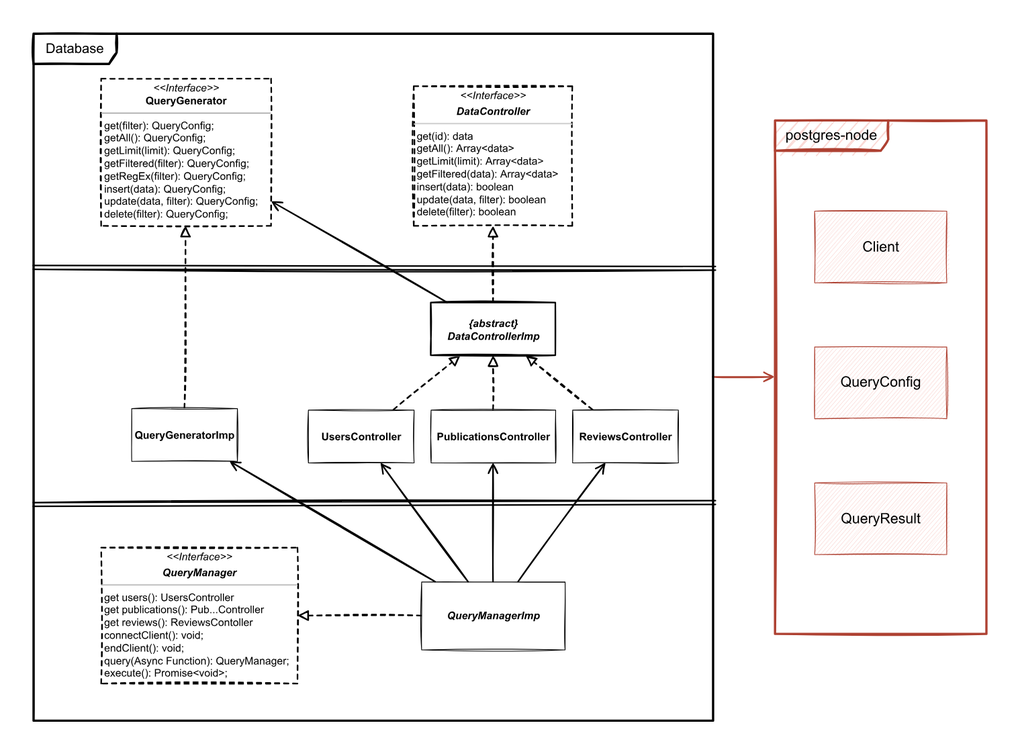
Earlier version of the draw.io export backend/docs/diagrams/database-diagram.svg (Mahmoud-Ehab/global-store). Source tidied: cells renumbered, new cells last; positions are measured from the earlier drawing's top-left corner, leaving out a move shared by most shapes.
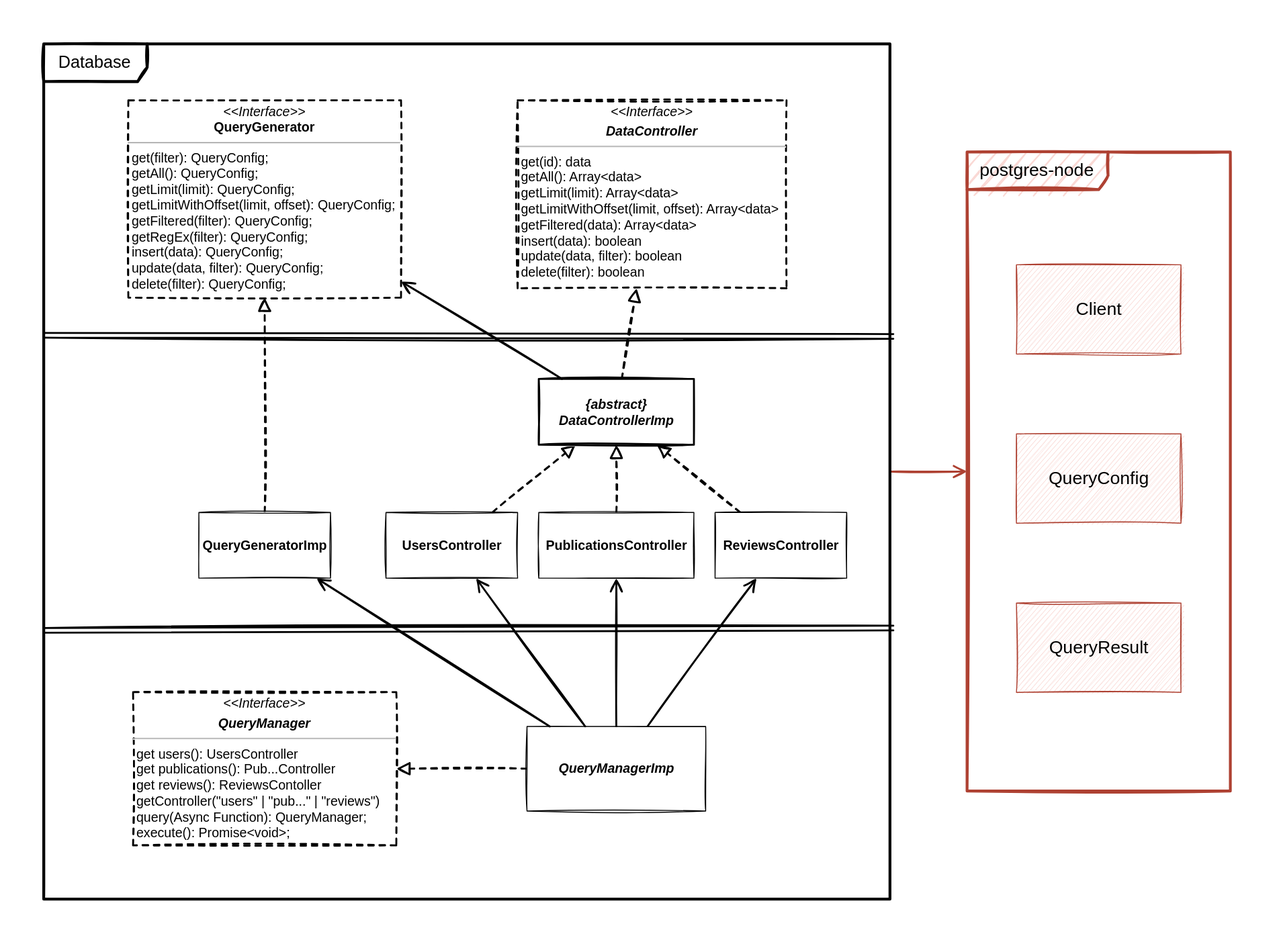
After the change.

Change to the diagram source:
```diff
@@ -8,8 +8,8 @@
     <mxCell id="3" value="Database" style="shape=umlFrame;whiteSpace=wrap;html=1;fontSize=18;strokeWidth=3;width=110;height=40;sketch=1;" parent="1" vertex="1">
       <mxGeometry width="900" height="910" as="geometry" />
     </mxCell>
-    <mxCell id="4" value="&lt;p style=&quot;margin: 4px 0px 0px; text-align: center; font-size: 14px;&quot;&gt;&lt;i style=&quot;background-color: initial; font-size: 14px;&quot;&gt;&amp;lt;&amp;lt;Interface&amp;gt;&amp;gt;&lt;/i&gt;&lt;br style=&quot;font-size: 14px;&quot;&gt;&lt;/p&gt;&lt;p style=&quot;margin: 4px 0px 0px; text-align: center; font-size: 14px;&quot;&gt;&lt;b style=&quot;font-size: 14px;&quot;&gt;&lt;i style=&quot;font-size: 14px;&quot;&gt;DataController&lt;/i&gt;&lt;/b&gt;&lt;/p&gt;&lt;hr style=&quot;font-size: 14px;&quot;&gt;&lt;p style=&quot;margin: 0px 0px 0px 4px; font-size: 14px;&quot;&gt;get(id): data&lt;/p&gt;&lt;p style=&quot;margin: 0px 0px 0px 4px; font-size: 14px;&quot;&gt;getAll(): Array&amp;lt;data&amp;gt;&lt;/p&gt;&lt;p style=&quot;margin: 0px 0px 0px 4px; font-size: 14px;&quot;&gt;getLimit(limit): Array&amp;lt;data&amp;gt;&lt;/p&gt;&lt;p style=&quot;margin: 0px 0px 0px 4px; font-size: 14px;&quot;&gt;getFiltered(data): Array&amp;lt;data&amp;gt;&lt;br style=&quot;font-size: 14px;&quot;&gt;insert(data): boolean&lt;/p&gt;&lt;p style=&quot;margin: 0px 0px 0px 4px; font-size: 14px;&quot;&gt;update(data, filter): boolean&lt;/p&gt;&lt;p style=&quot;margin: 0px 0px 0px 4px; font-size: 14px;&quot;&gt;delete(filter): boolean&lt;br style=&quot;font-size: 14px;&quot;&gt;&lt;/p&gt;" style="verticalAlign=top;align=left;overflow=fill;fontSize=14;fontFamily=Helvetica;html=1;strokeWidth=2;dashed=1;sketch=1;" parent="1" vertex="1">
-      <mxGeometry x="504" y="70" width="210" height="185" as="geometry" />
+    <mxCell id="4" value="&lt;p style=&quot;margin: 4px 0px 0px; text-align: center; font-size: 14px;&quot;&gt;&lt;i style=&quot;background-color: initial; font-size: 14px;&quot;&gt;&amp;lt;&amp;lt;Interface&amp;gt;&amp;gt;&lt;/i&gt;&lt;br style=&quot;font-size: 14px;&quot;&gt;&lt;/p&gt;&lt;p style=&quot;margin: 4px 0px 0px; text-align: center; font-size: 14px;&quot;&gt;&lt;b style=&quot;font-size: 14px;&quot;&gt;&lt;i style=&quot;font-size: 14px;&quot;&gt;DataController&lt;/i&gt;&lt;/b&gt;&lt;/p&gt;&lt;hr style=&quot;font-size: 14px;&quot;&gt;&lt;p style=&quot;margin: 0px 0px 0px 4px; font-size: 14px;&quot;&gt;get(id): data&lt;/p&gt;&lt;p style=&quot;margin: 0px 0px 0px 4px; font-size: 14px;&quot;&gt;getAll(): Array&amp;lt;data&amp;gt;&lt;/p&gt;&lt;p style=&quot;margin: 0px 0px 0px 4px; font-size: 14px;&quot;&gt;getLimit(limit): Array&amp;lt;data&amp;gt;&lt;/p&gt;&lt;p style=&quot;margin: 0px 0px 0px 4px; font-size: 14px;&quot;&gt;getLimitWithOffset(limit, offset): Array&amp;lt;data&amp;gt;&lt;/p&gt;&lt;p style=&quot;margin: 0px 0px 0px 4px; font-size: 14px;&quot;&gt;getFiltered(data): Array&amp;lt;data&amp;gt;&lt;br style=&quot;font-size: 14px;&quot;&gt;insert(data): boolean&lt;/p&gt;&lt;p style=&quot;margin: 0px 0px 0px 4px; font-size: 14px;&quot;&gt;update(data, filter): boolean&lt;/p&gt;&lt;p style=&quot;margin: 0px 0px 0px 4px; font-size: 14px;&quot;&gt;delete(filter): boolean&lt;br style=&quot;font-size: 14px;&quot;&gt;&lt;/p&gt;" style="verticalAlign=top;align=left;overflow=fill;fontSize=14;fontFamily=Helvetica;html=1;strokeWidth=2;dashed=1;sketch=1;" parent="1" vertex="1">
+      <mxGeometry x="504" y="60" width="286" height="200" as="geometry" />
     </mxCell>
     <mxCell id="5" style="edgeStyle=none;rounded=0;jettySize=auto;html=1;dashed=1;endArrow=block;endFill=0;endSize=10;strokeWidth=2;sketch=1;" parent="1" edge="1" source="6" target="13">
       <mxGeometry relative="1" as="geometry" />
@@ -38,14 +38,14 @@
     <mxCell id="13" value="&lt;b style=&quot;font-size: 14px;&quot;&gt;&lt;i style=&quot;font-size: 14px;&quot;&gt;{abstract}&lt;br style=&quot;font-size: 14px;&quot;&gt;DataControllerImp&lt;/i&gt;&lt;/b&gt;" style="html=1;strokeWidth=2;sketch=1;fontSize=14;" parent="1" vertex="1">
       <mxGeometry x="526.5" y="356.5" width="165" height="70" as="geometry" />
     </mxCell>
-    <mxCell id="14" value="&lt;p style=&quot;margin: 4px 0px 0px; text-align: center; font-size: 14px;&quot;&gt;&lt;i style=&quot;font-size: 14px;&quot;&gt;&amp;lt;&amp;lt;Interface&amp;gt;&amp;gt;&lt;/i&gt;&lt;br style=&quot;font-size: 14px;&quot;&gt;&lt;b style=&quot;font-size: 14px;&quot;&gt;QueryGenerator&lt;/b&gt;&lt;br style=&quot;font-size: 14px;&quot;&gt;&lt;/p&gt;&lt;hr style=&quot;font-size: 14px;&quot;&gt;&lt;p style=&quot;margin: 0px 0px 0px 4px; font-size: 14px;&quot;&gt;get(filter): QueryConfig;&lt;/p&gt;&lt;p style=&quot;margin: 0px 0px 0px 4px; font-size: 14px;&quot;&gt;getAll(): QueryConfig;&lt;/p&gt;&lt;p style=&quot;margin: 0px 0px 0px 4px; font-size: 14px;&quot;&gt;&lt;span style=&quot;background-color: initial; font-size: 14px;&quot;&gt;getLimit(limit): QueryConfig;&lt;/span&gt;&lt;br style=&quot;font-size: 14px;&quot;&gt;&lt;/p&gt;&lt;p style=&quot;margin: 0px 0px 0px 4px; font-size: 14px;&quot;&gt;getFiltered(filter): QueryConfig;&lt;/p&gt;&lt;p style=&quot;margin: 0px 0px 0px 4px; font-size: 14px;&quot;&gt;getRegEx(filter): QueryConfig;&lt;/p&gt;&lt;p style=&quot;margin: 0px 0px 0px 4px; font-size: 14px;&quot;&gt;&lt;span style=&quot;background-color: initial; font-size: 14px;&quot;&gt;insert(data): QueryConfig;&lt;/span&gt;&lt;br style=&quot;font-size: 14px;&quot;&gt;&lt;/p&gt;&lt;p style=&quot;margin: 0px 0px 0px 4px; font-size: 14px;&quot;&gt;update(data, filter): QueryConfig;&lt;/p&gt;&lt;p style=&quot;margin: 0px 0px 0px 4px; font-size: 14px;&quot;&gt;delete(filter): QueryConfig;&lt;/p&gt;" style="verticalAlign=top;align=left;overflow=fill;fontSize=14;fontFamily=Helvetica;html=1;strokeWidth=2;dashed=1;sketch=1;" parent="1" vertex="1">
-      <mxGeometry x="90" y="60" width="225" height="195" as="geometry" />
+    <mxCell id="14" value="&lt;p style=&quot;margin: 4px 0px 0px; text-align: center; font-size: 14px;&quot;&gt;&lt;i style=&quot;font-size: 14px;&quot;&gt;&amp;lt;&amp;lt;Interface&amp;gt;&amp;gt;&lt;/i&gt;&lt;br style=&quot;font-size: 14px;&quot;&gt;&lt;b style=&quot;font-size: 14px;&quot;&gt;QueryGenerator&lt;/b&gt;&lt;br style=&quot;font-size: 14px;&quot;&gt;&lt;/p&gt;&lt;hr style=&quot;font-size: 14px;&quot;&gt;&lt;p style=&quot;margin: 0px 0px 0px 4px; font-size: 14px;&quot;&gt;get(filter): QueryConfig;&lt;/p&gt;&lt;p style=&quot;margin: 0px 0px 0px 4px; font-size: 14px;&quot;&gt;getAll(): QueryConfig;&lt;/p&gt;&lt;p style=&quot;margin: 0px 0px 0px 4px; font-size: 14px;&quot;&gt;&lt;span style=&quot;background-color: initial; font-size: 14px;&quot;&gt;getLimit(limit): QueryConfig;&lt;/span&gt;&lt;br style=&quot;font-size: 14px;&quot;&gt;&lt;/p&gt;&lt;p style=&quot;margin: 0px 0px 0px 4px;&quot;&gt;&lt;span style=&quot;background-color: initial;&quot;&gt;getLimitWithOffset(limit, offset): QueryConfig;&lt;/span&gt;&lt;/p&gt;&lt;p style=&quot;margin: 0px 0px 0px 4px; font-size: 14px;&quot;&gt;getFiltered(filter): QueryConfig;&lt;/p&gt;&lt;p style=&quot;margin: 0px 0px 0px 4px; font-size: 14px;&quot;&gt;getRegEx(filter): QueryConfig;&lt;/p&gt;&lt;p style=&quot;margin: 0px 0px 0px 4px; font-size: 14px;&quot;&gt;&lt;span style=&quot;background-color: initial; font-size: 14px;&quot;&gt;insert(data): QueryConfig;&lt;/span&gt;&lt;br style=&quot;font-size: 14px;&quot;&gt;&lt;/p&gt;&lt;p style=&quot;margin: 0px 0px 0px 4px; font-size: 14px;&quot;&gt;update(data, filter): QueryConfig;&lt;/p&gt;&lt;p style=&quot;margin: 0px 0px 0px 4px; font-size: 14px;&quot;&gt;delete(filter): QueryConfig;&lt;/p&gt;" style="verticalAlign=top;align=left;overflow=fill;fontSize=14;fontFamily=Helvetica;html=1;strokeWidth=2;dashed=1;sketch=1;" parent="1" vertex="1">
+      <mxGeometry x="90" y="60" width="290" height="210" as="geometry" />
     </mxCell>
     <mxCell id="15" style="edgeStyle=none;rounded=0;jettySize=auto;html=1;endArrow=block;endFill=0;dashed=1;endSize=10;strokeWidth=2;sketch=1;" parent="1" edge="1" source="16" target="14">
       <mxGeometry relative="1" as="geometry" />
     </mxCell>
     <mxCell id="16" value="&lt;b style=&quot;font-size: 14px;&quot;&gt;QueryGeneratorImp&lt;/b&gt;" style="html=1;sketch=1;fontSize=14;" parent="1" vertex="1">
-      <mxGeometry x="130" y="496.5" width="140" height="70" as="geometry" />
+      <mxGeometry x="165" y="498.5" width="140" height="70" as="geometry" />
     </mxCell>
     <mxCell id="17" style="shape=link;html=1;rounded=0;endArrow=open;endFill=0;endSize=10;strokeWidth=2;sketch=1;entryX=1.004;entryY=0.342;entryDx=0;entryDy=0;entryPerimeter=0;" parent="1" edge="1" target="3">
       <mxGeometry relative="1" as="geometry">
@@ -57,8 +57,8 @@
         <mxPoint y="624" as="sourcePoint" />
       </mxGeometry>
     </mxCell>
-    <mxCell id="19" value="&lt;p style=&quot;margin: 4px 0px 0px; text-align: center; font-size: 14px;&quot;&gt;&lt;i style=&quot;background-color: initial; font-size: 14px;&quot;&gt;&amp;lt;&amp;lt;Interface&amp;gt;&amp;gt;&lt;/i&gt;&lt;br style=&quot;font-size: 14px;&quot;&gt;&lt;/p&gt;&lt;p style=&quot;margin: 4px 0px 0px; text-align: center; font-size: 14px;&quot;&gt;&lt;b style=&quot;font-size: 14px;&quot;&gt;&lt;i style=&quot;font-size: 14px;&quot;&gt;QueryManager&lt;/i&gt;&lt;/b&gt;&lt;/p&gt;&lt;hr style=&quot;font-size: 14px;&quot;&gt;&lt;p style=&quot;margin: 0px 0px 0px 4px; font-size: 14px;&quot;&gt;get users(): UsersController&lt;/p&gt;&lt;p style=&quot;margin: 0px 0px 0px 4px; font-size: 14px;&quot;&gt;get publications(): Pub...Controller&lt;/p&gt;&lt;p style=&quot;margin: 0px 0px 0px 4px; font-size: 14px;&quot;&gt;get reviews(): ReviewsContoller&lt;/p&gt;&lt;p style=&quot;margin: 0px 0px 0px 4px; font-size: 14px;&quot;&gt;connectClient(): void;&lt;/p&gt;&lt;p style=&quot;margin: 0px 0px 0px 4px; font-size: 14px;&quot;&gt;&lt;span style=&quot;background-color: initial; font-size: 14px;&quot;&gt;endClient(): void;&lt;/span&gt;&lt;/p&gt;&lt;p style=&quot;margin: 0px 0px 0px 4px; font-size: 14px;&quot;&gt;query(Async Function): QueryManager;&lt;/p&gt;&lt;p style=&quot;margin: 0px 0px 0px 4px; font-size: 14px;&quot;&gt;execute(): Promise&amp;lt;void&amp;gt;;&lt;/p&gt;" style="verticalAlign=top;align=left;overflow=fill;fontSize=14;fontFamily=Helvetica;html=1;strokeWidth=2;dashed=1;sketch=1;" parent="1" vertex="1">
-      <mxGeometry x="90" y="681.2" width="260" height="180" as="geometry" />
+    <mxCell id="19" value="&lt;p style=&quot;margin: 4px 0px 0px; text-align: center; font-size: 14px;&quot;&gt;&lt;i style=&quot;background-color: initial; font-size: 14px;&quot;&gt;&amp;lt;&amp;lt;Interface&amp;gt;&amp;gt;&lt;/i&gt;&lt;br style=&quot;font-size: 14px;&quot;&gt;&lt;/p&gt;&lt;p style=&quot;margin: 4px 0px 0px; text-align: center; font-size: 14px;&quot;&gt;&lt;b style=&quot;font-size: 14px;&quot;&gt;&lt;i style=&quot;font-size: 14px;&quot;&gt;QueryManager&lt;/i&gt;&lt;/b&gt;&lt;/p&gt;&lt;hr style=&quot;font-size: 14px;&quot;&gt;&lt;p style=&quot;margin: 0px 0px 0px 4px; font-size: 14px;&quot;&gt;get users(): UsersController&lt;/p&gt;&lt;p style=&quot;margin: 0px 0px 0px 4px; font-size: 14px;&quot;&gt;get publications(): Pub...Controller&lt;/p&gt;&lt;p style=&quot;margin: 0px 0px 0px 4px; font-size: 14px;&quot;&gt;get reviews(): ReviewsContoller&lt;/p&gt;&lt;p style=&quot;margin: 0px 0px 0px 4px; font-size: 14px;&quot;&gt;getController(&quot;users&quot; | &quot;pub...&quot; | &quot;reviews&quot;)&lt;/p&gt;&lt;p style=&quot;margin: 0px 0px 0px 4px; font-size: 14px;&quot;&gt;&lt;span style=&quot;background-color: initial;&quot;&gt;query(Async Function): QueryManager;&lt;/span&gt;&lt;br&gt;&lt;/p&gt;&lt;p style=&quot;margin: 0px 0px 0px 4px; font-size: 14px;&quot;&gt;execute(): Promise&amp;lt;void&amp;gt;;&lt;/p&gt;" style="verticalAlign=top;align=left;overflow=fill;fontSize=14;fontFamily=Helvetica;html=1;strokeWidth=2;dashed=1;sketch=1;" parent="1" vertex="1">
+      <mxGeometry x="95" y="689.7" width="280" height="163.1" as="geometry" />
     </mxCell>
     <mxCell id="20" style="rounded=0;jettySize=auto;html=1;fontSize=16;endArrow=open;endFill=0;endSize=10;strokeWidth=2;sketch=1;" parent="1" edge="1" source="25" target="16">
       <mxGeometry relative="1" as="geometry" />
```
